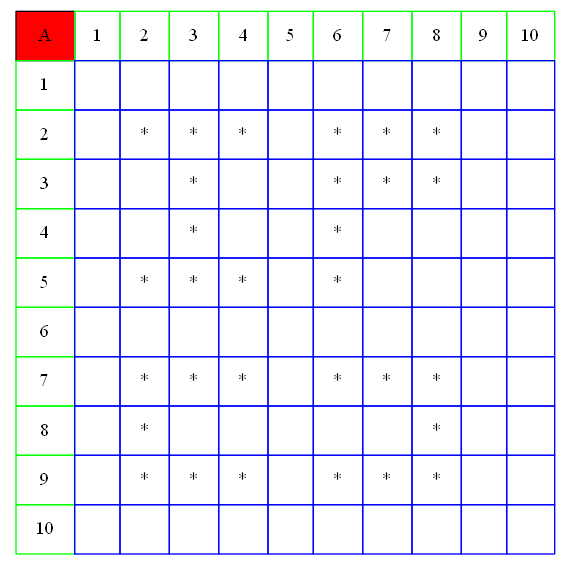
This is Original.dot.png from AbidelLux/Proyecto02_1S2021IPC2_JAMES, a Graphviz export, as it was before one commit. Its source is kept beside it as Original.dot.
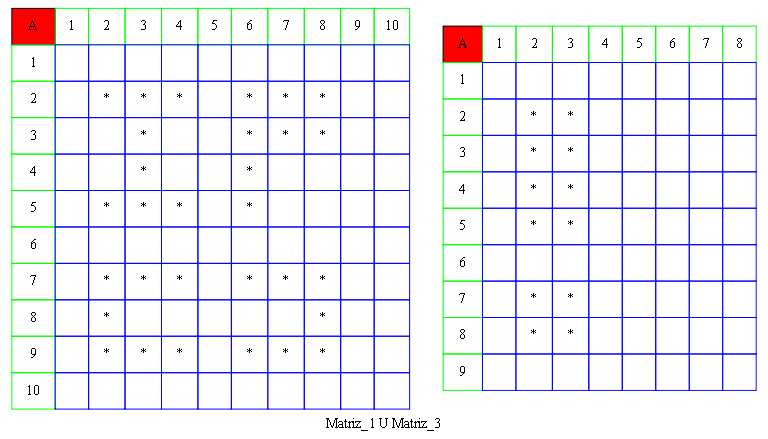
After the commit.

Diff of the diagram source:
```diff
@@ -1,6 +1,7 @@
 digraph {
+	size="8,8"
+	label="Matriz_1 U Matriz_3"
 	tbl [
-	size="4,4"
 	shape=plaintext
 	label=<
 
@@ -18,4 +19,21 @@
 			<tr><td color="green"> 10 </td><td color="blue">   </td><td color="blue">   </td><td color="blue">   </td><td color="blue">   </td><td color="blue">   </td><td color="blue">   </td><td color="blue">   </td><td color="blue">   </td><td color="blue">   </td><td color="blue">   </td></tr>
 			</table>
 		>];
+	tbl1 [
+	shape=plaintext
+	label=<
+
+		<table border="0" color="green" cellpadding="10" cellborder="1" cellspacing="0">
+	<tr><td bgcolor = "red" color="black"> A </td><td color="green">1</td><td color="green">2</td><td color="green">3</td><td color="green">4</td><td color="green">5</td><td color="green">6</td><td color="green">7</td><td color="green">8</td></tr>
+			<tr><td color="green"> 1 </td><td color="blue">   </td><td color="blue">   </td><td color="blue">   </td><td color="blue">   </td><td color="blue">   </td><td color="blue">   </td><td color="blue">   </td><td color="blue">   </td></tr>
+			<tr><td color="green"> 2 </td><td color="blue">   </td><td color="blue"> * </td><td color="blue"> * </td><td color="blue">   </td><td color="blue">   </td><td color="blue">   </td><td color="blue">   </td><td color="blue">   </td></tr>
+			<tr><td color="green"> 3 </td><td color="blue">   </td><td color="blue"> * </td><td color="blue"> * </td><td color="blue">   </td><td color="blue">   </td><td color="blue">   </td><td color="blue">   </td><td color="blue">   </td></tr>
+			<tr><td color="green"> 4 </td><td color="blue">   </td><td color="blue"> * </td><td color="blue"> * </td><td color="blue">   </td><td color="blue">   </td><td color="blue">   </td><td color="blue">   </td><td color="blue">   </td></tr>
+			<tr><td color="green"> 5 </td><td color="blue">   </td><td color="blue"> * </td><td color="blue"> * </td><td color="blue">   </td><td color="blue">   </td><td color="blue">   </td><td color="blue">   </td><td color="blue">   </td></tr>
+			<tr><td color="green"> 6 </td><td color="blue">   </td><td color="blue">   </td><td color="blue">   </td><td color="blue">   </td><td color="blue">   </td><td color="blue">   </td><td color="blue">   </td><td color="blue">   </td></tr>
+			<tr><td color="green"> 7 </td><td color="blue">   </td><td color="blue"> * </td><td color="blue"> * </td><td color="blue">   </td><td color="blue">   </td><td color="blue">   </td><td color="blue">   </td><td color="blue">   </td></tr>
+			<tr><td color="green"> 8 </td><td color="blue">   </td><td color="blue"> * </td><td color="blue"> * </td><td color="blue">   </td><td color="blue">   </td><td color="blue">   </td><td color="blue">   </td><td color="blue">   </td></tr>
+			<tr><td color="green"> 9 </td><td color="blue">   </td><td color="blue">   </td><td color="blue">   </td><td color="blue">   </td><td color="blue">   </td><td color="blue">   </td><td color="blue">   </td><td color="blue">   </td></tr>
+			</table>
+		>];
 }
```
